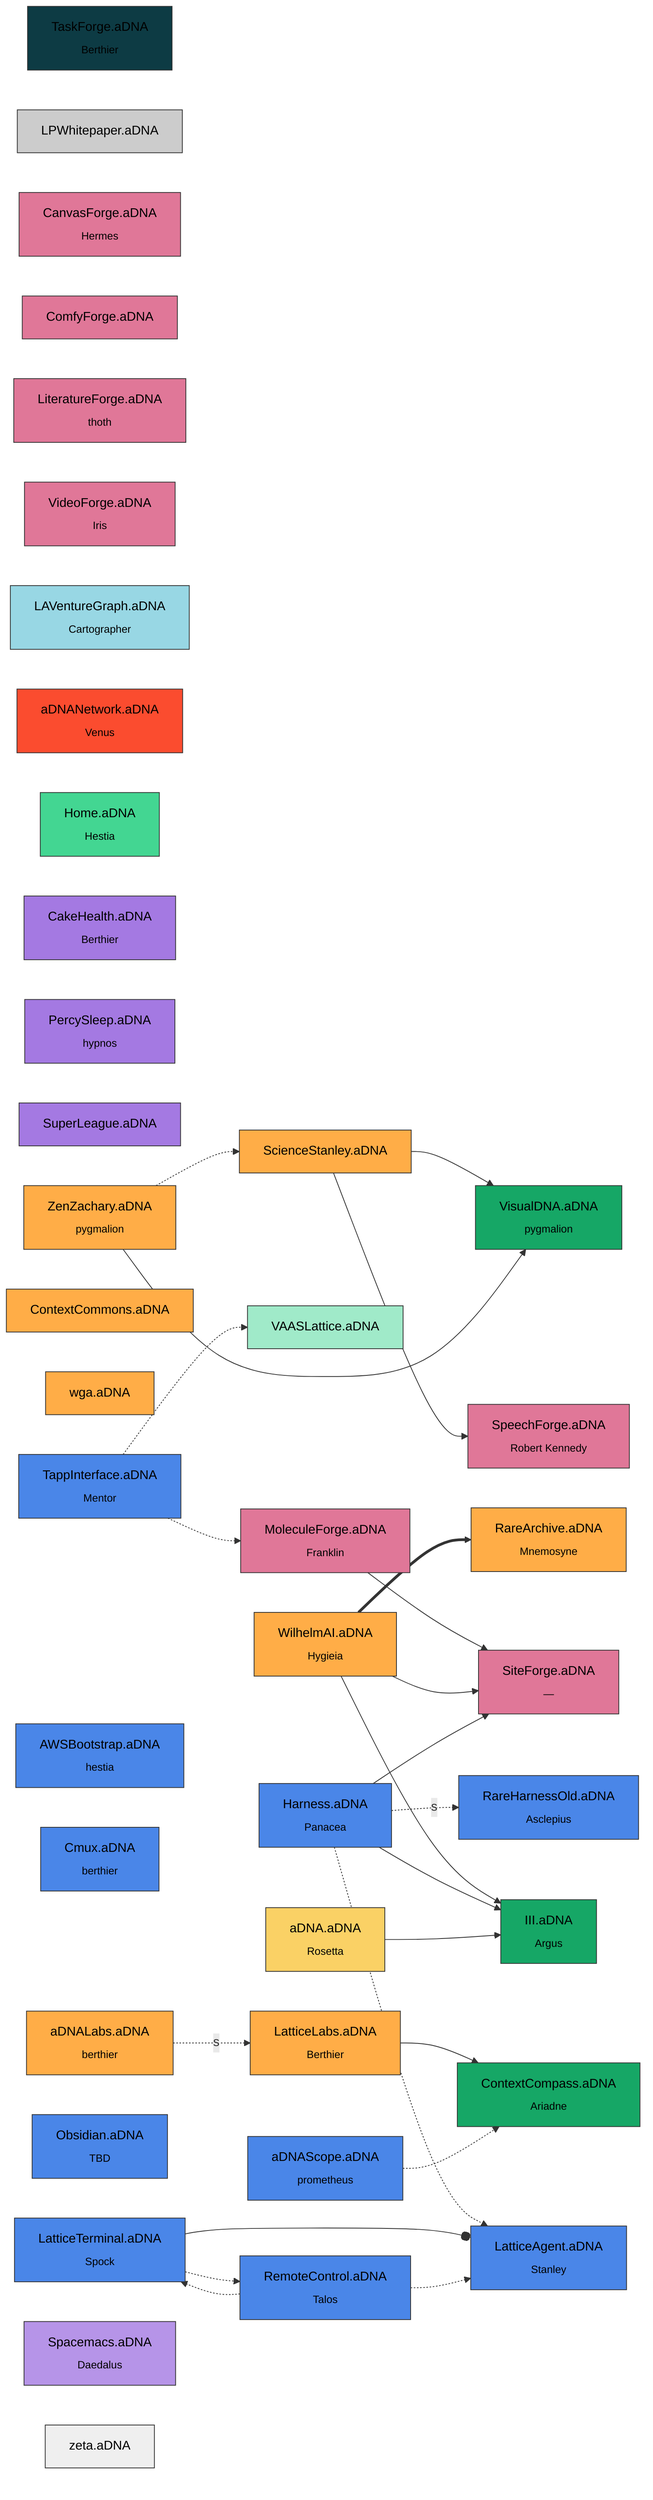
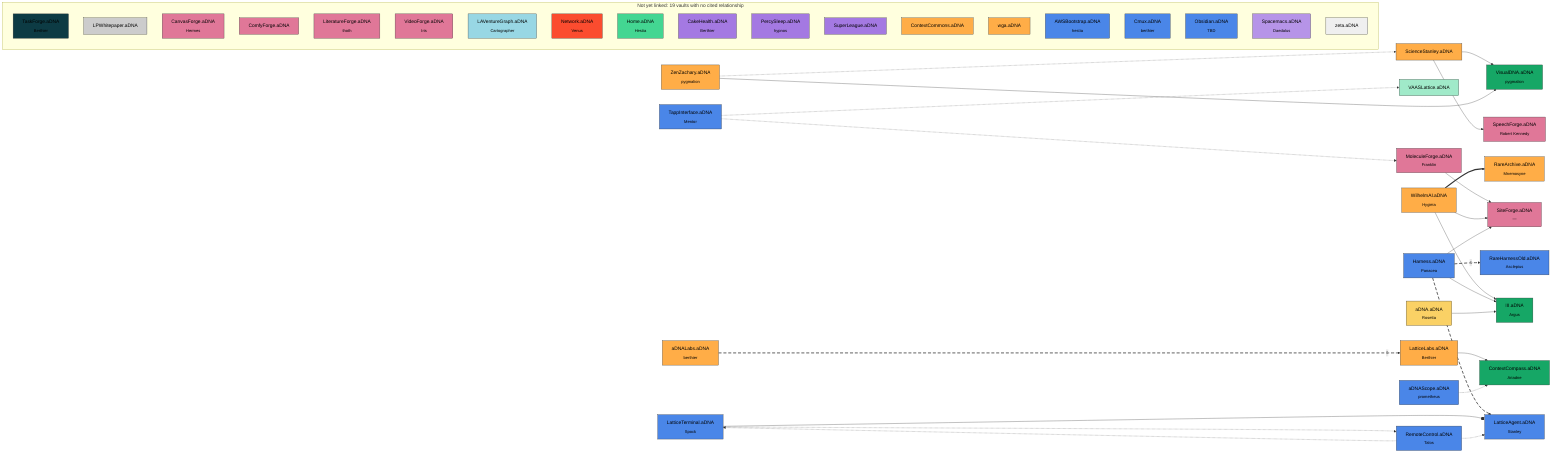
flowchart LR
-   TaskForge_aDNA["TaskForge.aDNA<br><sub>Berthier</sub>"]:::classcoordination
-   LPWhitepaper_aDNA["LPWhitepaper.aDNA"]:::classdocument
-   CanvasForge_aDNA["CanvasForge.aDNA<br><sub>Hermes</sub>"]:::classforge
-   ComfyForge_aDNA["ComfyForge.aDNA"]:::classforge
-   literatureforge["LiteratureForge.aDNA<br><sub>thoth</sub>"]:::classforge
  MoleculeForge_aDNA["MoleculeForge.aDNA<br><sub>Franklin</sub>"]:::classforge
  SiteForge_aDNA["SiteForge.aDNA<br><sub>—</sub>"]:::classforge
  SpeechForge_aDNA["SpeechForge.aDNA<br><sub>Robert Kennedy</sub>"]:::classforge
-   VideoForge_aDNA["VideoForge.aDNA<br><sub>Iris</sub>"]:::classforge
  ContextCompass_aDNA["ContextCompass.aDNA<br><sub>Ariadne</sub>"]:::classframework
  III_aDNA["III.aDNA<br><sub>Argus</sub>"]:::classframework
  visualdna["VisualDNA.aDNA<br><sub>pygmalion</sub>"]:::classframework
  VAASLattice_aDNA["VAASLattice.aDNA"]:::classframeworkcandidate
-   LAVentureGraph_aDNA["LAVentureGraph.aDNA<br><sub>Cartographer</sub>"]:::classknowledgegraph
-   aDNANetwork_aDNA["aDNANetwork.aDNA<br><sub>Venus</sub>"]:::classnetwork
-   Home_aDNA["Home.aDNA<br><sub>Hestia</sub>"]:::classnodeoperational
-   CakeHealth_aDNA["CakeHealth.aDNA<br><sub>Berthier</sub>"]:::classorggraph
-   percysleep["PercySleep.aDNA<br><sub>hypnos</sub>"]:::classorggraph
-   SuperLeague_aDNA["SuperLeague.aDNA"]:::classorggraph
  adnalabs["aDNALabs.aDNA<br><sub>berthier</sub>"]:::classorgvault
-   ContextCommons_aDNA["ContextCommons.aDNA"]:::classorgvault
  LatticeLabs_aDNA["LatticeLabs.aDNA<br><sub>Berthier</sub>"]:::classorgvault
  RareArchive_aDNA["RareArchive.aDNA<br><sub>Mnemosyne</sub>"]:::classorgvault
  sciencestanley["ScienceStanley.aDNA"]:::classorgvault
-   wga_aDNA["wga.aDNA"]:::classorgvault
  WilhelmAI_aDNA["WilhelmAI.aDNA<br><sub>Hygieia</sub>"]:::classorgvault
  zenzachary["ZenZachary.aDNA<br><sub>pygmalion</sub>"]:::classorgvault
  adnascope["aDNAScope.aDNA<br><sub>prometheus</sub>"]:::classplatform
-   awsbootstrap["AWSBootstrap.aDNA<br><sub>hestia</sub>"]:::classplatform
-   cmux["Cmux.aDNA<br><sub>berthier</sub>"]:::classplatform
  Harness_aDNA["Harness.aDNA<br><sub>Panacea</sub>"]:::classplatform
  LatticeAgent_aDNA["LatticeAgent.aDNA<br><sub>Stanley</sub>"]:::classplatform
  LatticeTerminal_aDNA["LatticeTerminal.aDNA<br><sub>Spock</sub>"]:::classplatform
-   Obsidian_aDNA["Obsidian.aDNA<br><sub>TBD</sub>"]:::classplatform
  RareHarnessOld_aDNA["RareHarnessOld.aDNA<br><sub>Asclepius</sub>"]:::classplatform
  RemoteControl_aDNA["RemoteControl.aDNA<br><sub>Talos</sub>"]:::classplatform
  TappInterface_aDNA["TappInterface.aDNA<br><sub>Mentor</sub>"]:::classplatform
  aDNA_aDNA["aDNA.aDNA<br><sub>Rosetta</sub>"]:::classstandarddev
-   Spacemacs_aDNA["Spacemacs.aDNA<br><sub>Daedalus</sub>"]:::classtooling
-   zeta_aDNA["zeta.aDNA"]:::classworkspace
+ 
+   subgraph orphans["Not yet linked: 19 vaults with no cited relationship"]
+     direction TB
+     TaskForge_aDNA["TaskForge.aDNA<br><sub>Berthier</sub>"]:::classcoordination
+     LPWhitepaper_aDNA["LPWhitepaper.aDNA"]:::classdocument
+     CanvasForge_aDNA["CanvasForge.aDNA<br><sub>Hermes</sub>"]:::classforge
+     ComfyForge_aDNA["ComfyForge.aDNA"]:::classforge
+     literatureforge["LiteratureForge.aDNA<br><sub>thoth</sub>"]:::classforge
+     VideoForge_aDNA["VideoForge.aDNA<br><sub>Iris</sub>"]:::classforge
+     LAVentureGraph_aDNA["LAVentureGraph.aDNA<br><sub>Cartographer</sub>"]:::classknowledgegraph
+     Network_aDNA["Network.aDNA<br><sub>Venus</sub>"]:::classnetwork
+     Home_aDNA["Home.aDNA<br><sub>Hestia</sub>"]:::classnodeoperational
+     CakeHealth_aDNA["CakeHealth.aDNA<br><sub>Berthier</sub>"]:::classorggraph
+     percysleep["PercySleep.aDNA<br><sub>hypnos</sub>"]:::classorggraph
+     SuperLeague_aDNA["SuperLeague.aDNA"]:::classorggraph
+     ContextCommons_aDNA["ContextCommons.aDNA"]:::classorgvault
+     wga_aDNA["wga.aDNA"]:::classorgvault
+     awsbootstrap["AWSBootstrap.aDNA<br><sub>hestia</sub>"]:::classplatform
+     cmux["Cmux.aDNA<br><sub>berthier</sub>"]:::classplatform
+     Obsidian_aDNA["Obsidian.aDNA<br><sub>TBD</sub>"]:::classplatform
+     Spacemacs_aDNA["Spacemacs.aDNA<br><sub>Daedalus</sub>"]:::classtooling
+     zeta_aDNA["zeta.aDNA"]:::classworkspace
+   end

  MoleculeForge_aDNA --> SiteForge_aDNA
  adnalabs -.->|s| LatticeLabs_aDNA
  LatticeLabs_aDNA --> ContextCompass_aDNA
  sciencestanley --> SpeechForge_aDNA
  sciencestanley --> visualdna
  WilhelmAI_aDNA --> SiteForge_aDNA
  WilhelmAI_aDNA --> III_aDNA
  WilhelmAI_aDNA ==> RareArchive_aDNA
  zenzachary -.-> sciencestanley
  zenzachary --> visualdna
  adnascope -.-> ContextCompass_aDNA
  Harness_aDNA --> SiteForge_aDNA
  Harness_aDNA --> III_aDNA
  Harness_aDNA -.->|s| LatticeAgent_aDNA
  LatticeTerminal_aDNA -.-> RemoteControl_aDNA
  LatticeTerminal_aDNA --o LatticeAgent_aDNA
  Harness_aDNA -.->|s| RareHarnessOld_aDNA
  RemoteControl_aDNA -.-> LatticeAgent_aDNA
  RemoteControl_aDNA -.-> LatticeTerminal_aDNA
  TappInterface_aDNA -.-> MoleculeForge_aDNA
  TappInterface_aDNA -.-> VAASLattice_aDNA
  aDNA_aDNA --> III_aDNA
+   linkStyle 1,13,16 stroke-width:2.5px,stroke-dasharray:10 6

  classDef classforge fill:#e07798,stroke:#333,color:#000
  classDef classframework fill:#16a766,stroke:#333,color:#000
  classDef classframeworkcandidate fill:#a0eac9,stroke:#333,color:#000
  classDef classplatform fill:#4a86e8,stroke:#333,color:#000
  classDef classorgvault fill:#ffad47,stroke:#333,color:#000
  classDef classstandarddev fill:#fad165,stroke:#333,color:#000
  classDef classorggraph fill:#a479e2,stroke:#333,color:#000
  classDef classnetwork fill:#fb4c2f,stroke:#333,color:#000
  classDef classnodeoperational fill:#43d692,stroke:#333,color:#000
  classDef classcoordination fill:#0d3b44,stroke:#333,color:#000
  classDef classdocument fill:#cccccc,stroke:#333,color:#000
  classDef classknowledgegraph fill:#98d7e4,stroke:#333,color:#000
  classDef classtooling fill:#b694e8,stroke:#333,color:#000
  classDef classworkspace fill:#efefef,stroke:#333,color:#000
  classDef classsuperseded fill:#666666,stroke:#333,color:#000
